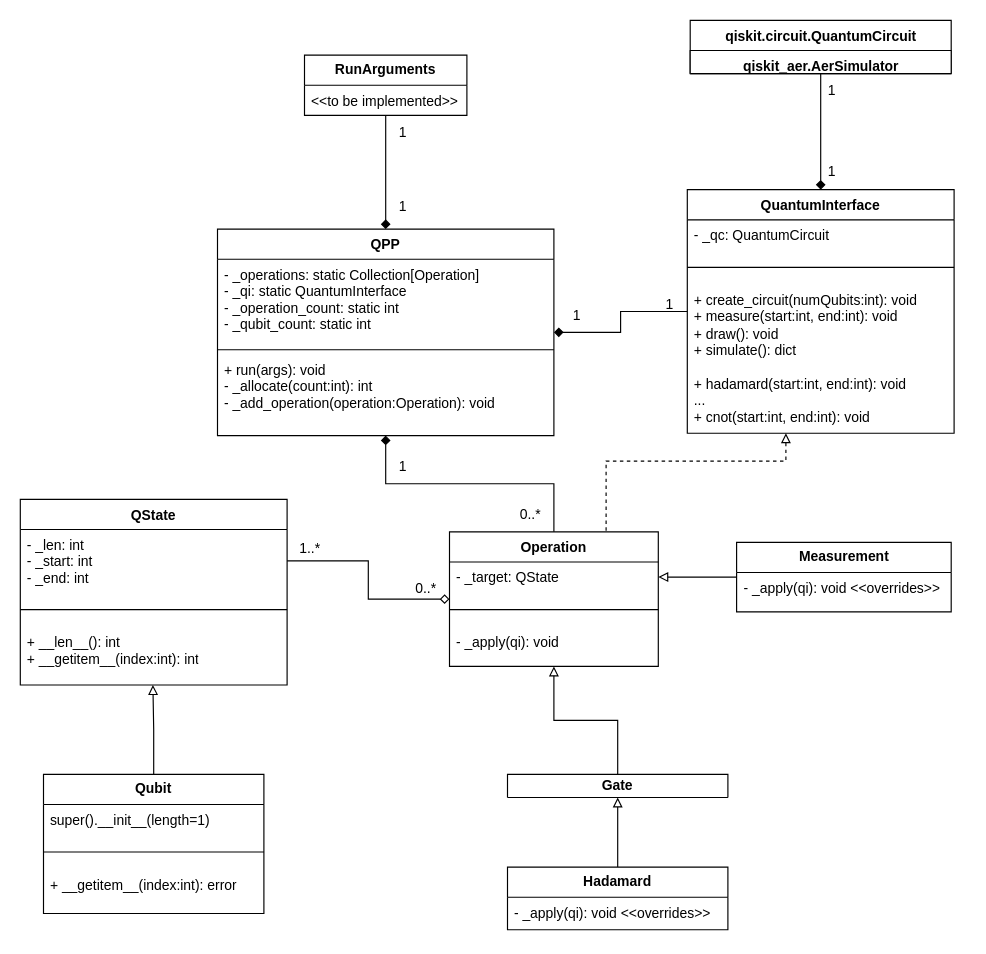
Before: docs/uml.drawio in LejoLevan/qleap, a draw.io diagram. Source tidied: cells renumbered, new cells numbered last; positions are measured from the earlier drawing's top-left corner, leaving out a move shared by most shapes. Both pictures are drawn from the tidied source at 116%, with x=0, y=0 at pixel (20, 20).
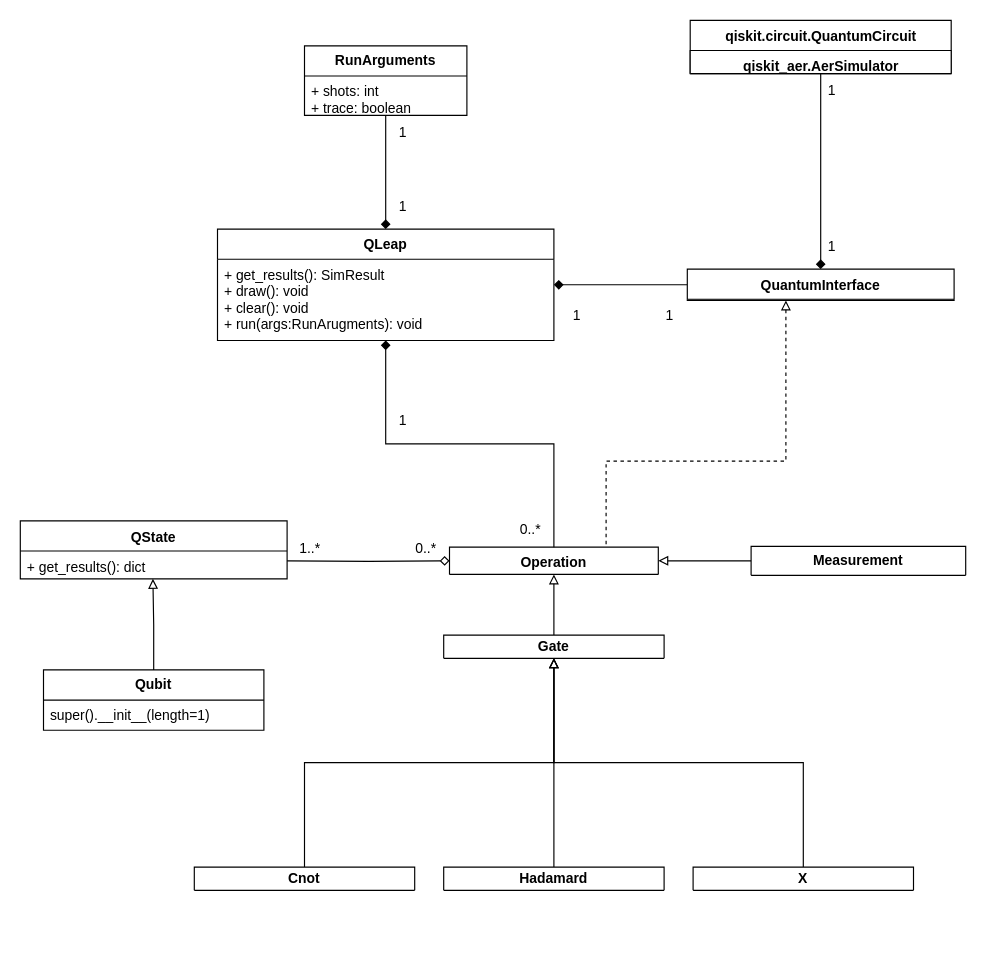
Above is the later version.

Change to the diagram source:
```diff
@@
     <mxCell id="2" value="QState" style="swimlane;fontStyle=1;align=center;verticalAlign=top;horizontal=1;startSize=26;whiteSpace=wrap;html=1;" parent="1" vertex="1">
-      <mxGeometry y="413" width="230" height="160" as="geometry" />
+      <mxGeometry y="431.5" width="230" height="50" as="geometry" />
     </mxCell>
-    <mxCell id="3" value="&lt;div&gt;&lt;span style=&quot;background-color: transparent; color: light-dark(rgb(0, 0, 0), rgb(255, 255, 255));&quot;&gt;- _len: int&lt;/span&gt;&lt;/div&gt;&lt;div&gt;&lt;div&gt;- _start: int&lt;/div&gt;&lt;/div&gt;&lt;div&gt;- _end: int&lt;/div&gt;" style="text;strokeColor=none;fillColor=none;align=left;verticalAlign=top;spacingLeft=4;spacingRight=4;overflow=hidden;points=[[0,0.5],[1,0.5]];portConstraint=eastwest;whiteSpace=wrap;html=1;" parent="2" vertex="1">
-      <mxGeometry y="26" width="230" height="54" as="geometry" />
-    </mxCell>
-    <mxCell id="4" style="line;strokeWidth=1;fillColor=none;align=left;verticalAlign=middle;spacingTop=-1;spacingLeft=3;spacingRight=3;labelPosition=right;strokeColor=inherit;" parent="2" vertex="1">
-      <mxGeometry y="80" width="230" height="30" as="geometry" />
-    </mxCell>
-    <mxCell id="5" value="&lt;div&gt;+ __len__(): int&lt;/div&gt;&lt;div&gt;+ __getitem__(index:int): int&lt;/div&gt;" style="text;strokeColor=none;fillColor=none;align=left;verticalAlign=top;spacingLeft=4;spacingRight=4;overflow=hidden;points=[[0,0.5],[1,0.5]];portConstraint=eastwest;whiteSpace=wrap;html=1;" parent="2" vertex="1">
-      <mxGeometry y="110" width="230" height="50" as="geometry" />
+    <mxCell id="5" value="&lt;div&gt;+ get_results(): dict&amp;nbsp;&lt;/div&gt;" style="text;strokeColor=none;fillColor=none;align=left;verticalAlign=top;spacingLeft=4;spacingRight=4;overflow=hidden;points=[[0,0.5],[1,0.5]];portConstraint=eastwest;whiteSpace=wrap;html=1;" parent="2" vertex="1">
+      <mxGeometry y="26" width="230" height="24" as="geometry" />
     </mxCell>
@@
     <mxCell id="7" value="Operation" style="swimlane;fontStyle=1;align=center;verticalAlign=top;horizontal=1;startSize=26;whiteSpace=wrap;html=1;" parent="1" vertex="1">
-      <mxGeometry x="370" y="441" width="180" height="116" as="geometry" />
+      <mxGeometry x="370" y="454.2" width="180" height="23.5" as="geometry" />
     </mxCell>
-    <mxCell id="8" value="- _target: QState" style="text;strokeColor=none;fillColor=none;align=left;verticalAlign=top;spacingLeft=4;spacingRight=4;overflow=hidden;points=[[0,0.5],[1,0.5]];portConstraint=eastwest;whiteSpace=wrap;html=1;" parent="7" vertex="1">
-      <mxGeometry y="26" width="180" height="26" as="geometry" />
-    </mxCell>
-    <mxCell id="9" style="line;strokeWidth=1;fillColor=none;align=left;verticalAlign=middle;spacingTop=-1;spacingLeft=3;spacingRight=3;labelPosition=right;strokeColor=inherit;" parent="7" vertex="1">
-      <mxGeometry y="52" width="180" height="30" as="geometry" />
-    </mxCell>
-    <mxCell id="10" value="- _apply(qi): void" style="text;strokeColor=none;fillColor=none;align=left;verticalAlign=top;spacingLeft=4;spacingRight=4;overflow=hidden;whiteSpace=wrap;html=1;" parent="7" vertex="1">
-      <mxGeometry y="82" width="180" height="34" as="geometry" />
-    </mxCell>
@@
     <mxCell id="12" value="&lt;b&gt;Qubit&lt;/b&gt;" style="swimlane;fontStyle=0;horizontal=1;startSize=26;fillColor=none;whiteSpace=wrap;html=1;" parent="1" vertex="1">
-      <mxGeometry x="20" y="650" width="190" height="120" as="geometry" />
+      <mxGeometry x="20" y="560" width="190" height="52" as="geometry" />
     </mxCell>
@@
-    <mxCell id="14" style="line;strokeWidth=1;fillColor=none;align=left;verticalAlign=middle;spacingTop=-1;spacingLeft=3;spacingRight=3;labelPosition=right;strokeColor=inherit;" parent="12" vertex="1">
-      <mxGeometry y="52" width="190" height="30" as="geometry" />
-    </mxCell>
-    <mxCell id="15" value="&lt;div&gt;+ __getitem__(index:int): error&lt;/div&gt;&lt;div&gt;&lt;br&gt;&lt;/div&gt;" style="text;strokeColor=none;fillColor=none;align=left;verticalAlign=top;spacingLeft=4;spacingRight=4;overflow=hidden;whiteSpace=wrap;html=1;" parent="12" vertex="1">
-      <mxGeometry y="82" width="190" height="38" as="geometry" />
-    </mxCell>
@@
-    <mxCell id="18" value="QPP" style="swimlane;fontStyle=1;align=center;verticalAlign=top;horizontal=1;startSize=26;whiteSpace=wrap;html=1;" parent="1" vertex="1">
-      <mxGeometry x="170" y="180" width="290" height="178" as="geometry" />
+    <mxCell id="18" value="QLeap" style="swimlane;fontStyle=1;align=center;verticalAlign=top;horizontal=1;startSize=26;whiteSpace=wrap;html=1;" parent="1" vertex="1">
+      <mxGeometry x="170" y="180" width="290" height="96" as="geometry" />
     </mxCell>
-    <mxCell id="19" value="- _operations: static Collection[Operation]&lt;div&gt;- _qi: static QuantumInterface&lt;/div&gt;&lt;div&gt;- _operation_count: static int&lt;/div&gt;&lt;div&gt;- _qubit_count: static int&lt;/div&gt;" style="text;strokeColor=none;fillColor=none;align=left;verticalAlign=top;spacingLeft=4;spacingRight=4;overflow=hidden;whiteSpace=wrap;html=1;" parent="18" vertex="1">
-      <mxGeometry y="26" width="290" height="74" as="geometry" />
-    </mxCell>
-    <mxCell id="20" style="line;strokeWidth=1;fillColor=none;align=left;verticalAlign=middle;spacingTop=-1;spacingLeft=3;spacingRight=3;labelPosition=right;strokeColor=inherit;" parent="18" vertex="1">
-      <mxGeometry y="100" width="290" height="8" as="geometry" />
-    </mxCell>
-    <mxCell id="21" value="+ run(args): void&lt;div&gt;- _allocate(count:int): int&lt;/div&gt;&lt;div&gt;-&amp;nbsp;_add_operation(operation:Operation): void&lt;/div&gt;" style="text;strokeColor=none;fillColor=none;align=left;verticalAlign=top;spacingLeft=4;spacingRight=4;overflow=hidden;whiteSpace=wrap;html=1;" parent="18" vertex="1">
-      <mxGeometry y="108" width="290" height="70" as="geometry" />
+    <mxCell id="21" value="+ get_results(): SimResult&lt;div&gt;+ draw(): void&lt;/div&gt;&lt;div&gt;+ clear(): void&lt;/div&gt;&lt;div&gt;+ run(args:RunArugments): void&lt;/div&gt;" style="text;strokeColor=none;fillColor=none;align=left;verticalAlign=top;spacingLeft=4;spacingRight=4;overflow=hidden;whiteSpace=wrap;html=1;" parent="18" vertex="1">
+      <mxGeometry y="26" width="290" height="70" as="geometry" />
     </mxCell>
@@
     <mxCell id="23" value="&lt;b&gt;RunArguments&lt;/b&gt;" style="swimlane;fontStyle=0;horizontal=1;startSize=26;fillColor=none;whiteSpace=wrap;html=1;" parent="1" vertex="1">
-      <mxGeometry x="245" y="30" width="140" height="52" as="geometry" />
+      <mxGeometry x="245" y="22" width="140" height="60" as="geometry" />
     </mxCell>
-    <mxCell id="24" value="&amp;lt;&amp;lt;to be implemented&amp;gt;&amp;gt;" style="text;strokeColor=none;fillColor=none;align=left;verticalAlign=top;spacingLeft=4;spacingRight=4;overflow=hidden;whiteSpace=wrap;html=1;" parent="23" vertex="1">
-      <mxGeometry y="26" width="140" height="26" as="geometry" />
+    <mxCell id="24" value="+ shots: int&lt;div&gt;+ trace: boolean&lt;/div&gt;" style="text;strokeColor=none;fillColor=none;align=left;verticalAlign=top;spacingLeft=4;spacingRight=4;overflow=hidden;whiteSpace=wrap;html=1;" parent="23" vertex="1">
+      <mxGeometry y="26" width="140" height="34" as="geometry" />
     </mxCell>
-    <mxCell id="25" style="edgeStyle=orthogonalEdgeStyle;rounded=0;jettySize=auto;html=1;entryX=1;entryY=0.5;entryDx=0;entryDy=0;endArrow=block;endFill=0;" parent="1" edge="1" source="26" target="8">
-      <mxGeometry relative="1" as="geometry" />
-    </mxCell>
+    <mxCell id="51" style="edgeStyle=orthogonalEdgeStyle;rounded=0;jettySize=auto;html=1;entryX=1;entryY=0.5;entryDx=0;entryDy=0;endArrow=block;endFill=0;" parent="1" edge="1" source="26" target="7">
+      <mxGeometry relative="1" as="geometry" />
+    </mxCell>
     <mxCell id="26" value="&lt;b&gt;Measurement&lt;/b&gt;" style="swimlane;fontStyle=0;horizontal=1;startSize=26;fillColor=none;whiteSpace=wrap;html=1;" parent="1" vertex="1">
-      <mxGeometry x="617.5" y="450" width="185" height="60" as="geometry" />
+      <mxGeometry x="630" y="453.5" width="185" height="25" as="geometry" />
     </mxCell>
-    <mxCell id="27" value="- _apply(qi): void &amp;lt;&amp;lt;overrides&amp;gt;&amp;gt;&lt;div&gt;&lt;br&gt;&lt;/div&gt;" style="text;strokeColor=none;fillColor=none;align=left;verticalAlign=top;spacingLeft=4;spacingRight=4;overflow=hidden;whiteSpace=wrap;html=1;" parent="26" vertex="1">
-      <mxGeometry y="26" width="185" height="34" as="geometry" />
-    </mxCell>
@@
     <mxCell id="29" value="QuantumInterface" style="swimlane;fontStyle=1;align=center;verticalAlign=top;horizontal=1;startSize=26;whiteSpace=wrap;html=1;" parent="1" vertex="1">
-      <mxGeometry x="575" y="146" width="230" height="210" as="geometry" />
+      <mxGeometry x="575" y="214.5" width="230" height="27" as="geometry" />
     </mxCell>
-    <mxCell id="30" value="- _qc: QuantumCircuit" style="text;strokeColor=none;fillColor=none;align=left;verticalAlign=top;spacingLeft=4;spacingRight=4;overflow=hidden;whiteSpace=wrap;html=1;" parent="29" vertex="1">
-      <mxGeometry y="26" width="230" height="26" as="geometry" />
-    </mxCell>
-    <mxCell id="31" style="line;strokeWidth=1;fillColor=none;align=left;verticalAlign=middle;spacingTop=-1;spacingLeft=3;spacingRight=3;labelPosition=right;strokeColor=inherit;" parent="29" vertex="1">
-      <mxGeometry y="52" width="230" height="30" as="geometry" />
-    </mxCell>
-    <mxCell id="32" value="&lt;div&gt;+ create_circuit(numQubits:int): void&lt;/div&gt;&lt;div&gt;+ measure(start:int, end:int): void&lt;/div&gt;&lt;div&gt;+ draw(): void&lt;/div&gt;&lt;div&gt;+ simulate(): dict&lt;/div&gt;&lt;div&gt;&lt;br&gt;&lt;/div&gt;+ hadamard(start:int, end:int): void&lt;div&gt;...&lt;/div&gt;&lt;div&gt;+ cnot(&lt;span style=&quot;background-color: transparent; color: light-dark(rgb(0, 0, 0), rgb(255, 255, 255));&quot;&gt;start:int, end:int&lt;/span&gt;&lt;span style=&quot;background-color: transparent; color: light-dark(rgb(0, 0, 0), rgb(255, 255, 255));&quot;&gt;): void&lt;/span&gt;&lt;/div&gt;&lt;div&gt;&lt;br&gt;&lt;/div&gt;" style="text;strokeColor=none;fillColor=none;align=left;verticalAlign=top;spacingLeft=4;spacingRight=4;overflow=hidden;whiteSpace=wrap;html=1;" parent="29" vertex="1">
-      <mxGeometry y="82" width="230" height="128" as="geometry" />
-    </mxCell>
@@
-    <mxCell id="36" style="edgeStyle=orthogonalEdgeStyle;rounded=0;jettySize=auto;html=1;entryX=0;entryY=0.5;entryDx=0;entryDy=0;endArrow=diamond;endFill=0;" parent="1" edge="1" source="3" target="7">
-      <mxGeometry relative="1" as="geometry" />
+    <mxCell id="36" style="edgeStyle=orthogonalEdgeStyle;rounded=0;jettySize=auto;html=1;entryX=0;entryY=0.5;entryDx=0;entryDy=0;endArrow=diamond;endFill=0;" parent="1" edge="1" target="7">
+      <mxGeometry relative="1" as="geometry">
+        <mxPoint x="230" y="466" as="sourcePoint" />
+      </mxGeometry>
     </mxCell>
@@
     <mxCell id="38" value="&lt;b&gt;Gate&lt;/b&gt;" style="swimlane;fontStyle=0;horizontal=1;startSize=26;fillColor=none;whiteSpace=wrap;html=1;" parent="1" vertex="1">
-      <mxGeometry x="420" y="650" width="190" height="20" as="geometry" />
+      <mxGeometry x="365" y="530" width="190" height="20" as="geometry" />
     </mxCell>
     <mxCell id="39" value="&lt;b&gt;Hadamard&lt;/b&gt;" style="swimlane;fontStyle=0;horizontal=1;startSize=26;fillColor=none;whiteSpace=wrap;html=1;" parent="1" vertex="1">
-      <mxGeometry x="420" y="730" width="190" height="54" as="geometry" />
+      <mxGeometry x="365" y="730" width="190" height="20" as="geometry" />
     </mxCell>
-    <mxCell id="40" value="- _apply(qi): void &amp;lt;&amp;lt;overrides&amp;gt;&amp;gt;" style="text;strokeColor=none;fillColor=none;align=left;verticalAlign=top;spacingLeft=4;spacingRight=4;overflow=hidden;whiteSpace=wrap;html=1;" parent="39" vertex="1">
-      <mxGeometry y="26" width="190" height="28" as="geometry" />
-    </mxCell>
@@
     <mxCell id="42" value="0..*" style="text;html=1;whiteSpace=wrap;strokeColor=none;fillColor=none;align=center;verticalAlign=middle;rounded=0;" parent="1" vertex="1">
-      <mxGeometry x="320" y="475" width="60" height="30" as="geometry" />
+      <mxGeometry x="320" y="441" width="60" height="30" as="geometry" />
     </mxCell>
     <mxCell id="43" value="0..*" style="text;html=1;whiteSpace=wrap;strokeColor=none;fillColor=none;align=center;verticalAlign=middle;rounded=0;" parent="1" vertex="1">
-      <mxGeometry x="410" y="411" width="60" height="30" as="geometry" />
+      <mxGeometry x="410" y="424.2" width="60" height="30" as="geometry" />
     </mxCell>
     <mxCell id="44" value="1" style="text;html=1;whiteSpace=wrap;strokeColor=none;fillColor=none;align=center;verticalAlign=middle;rounded=0;" parent="1" vertex="1">
-      <mxGeometry x="300" y="370" width="60" height="30" as="geometry" />
+      <mxGeometry x="300" y="330" width="60" height="30" as="geometry" />
     </mxCell>
@@
     <mxCell id="46" value="1" style="text;html=1;whiteSpace=wrap;strokeColor=none;fillColor=none;align=center;verticalAlign=middle;rounded=0;" parent="1" vertex="1">
-      <mxGeometry x="530" y="230" width="60" height="30" as="geometry" />
+      <mxGeometry x="530" y="240" width="60" height="30" as="geometry" />
     </mxCell>
@@
     <mxCell id="48" value="1" style="text;html=1;whiteSpace=wrap;strokeColor=none;fillColor=none;align=center;verticalAlign=middle;rounded=0;" parent="1" vertex="1">
-      <mxGeometry x="670" y="116" width="60" height="30" as="geometry" />
+      <mxGeometry x="670" y="180" width="60" height="30" as="geometry" />
     </mxCell>
@@
+    <mxCell id="52" style="edgeStyle=orthogonalEdgeStyle;rounded=0;jettySize=auto;html=1;exitX=0.5;exitY=0;exitDx=0;exitDy=0;entryX=0.5;entryY=1;entryDx=0;entryDy=0;endArrow=block;endFill=0;" parent="1" edge="1" source="53" target="38">
+      <mxGeometry relative="1" as="geometry" />
+    </mxCell>
+    <mxCell id="53" value="&lt;b&gt;X&lt;/b&gt;" style="swimlane;fontStyle=0;horizontal=1;startSize=26;fillColor=none;whiteSpace=wrap;html=1;" parent="1" vertex="1">
+      <mxGeometry x="580" y="730" width="190" height="20" as="geometry" />
+    </mxCell>
+    <mxCell id="54" style="edgeStyle=orthogonalEdgeStyle;rounded=0;jettySize=auto;html=1;exitX=0.5;exitY=0;exitDx=0;exitDy=0;entryX=0.5;entryY=1;entryDx=0;entryDy=0;endArrow=block;endFill=0;" parent="1" edge="1" source="55" target="38">
+      <mxGeometry relative="1" as="geometry" />
+    </mxCell>
+    <mxCell id="55" value="&lt;b&gt;Cnot&lt;/b&gt;" style="swimlane;fontStyle=0;horizontal=1;startSize=26;fillColor=none;whiteSpace=wrap;html=1;" parent="1" vertex="1">
+      <mxGeometry x="150" y="730" width="190" height="20" as="geometry" />
+    </mxCell>
```
